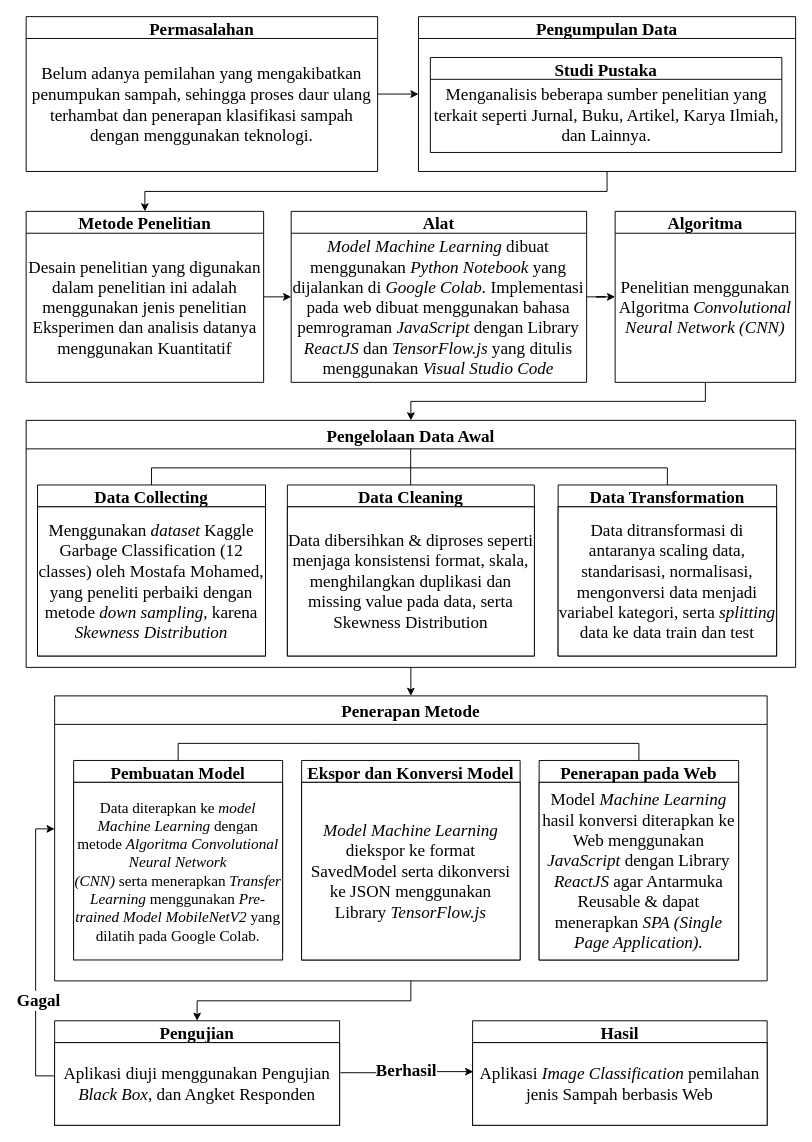
The draw.io diagram Copy of Copy of Copy of Copy of Copy of Copy of mindmap.drawio in virgiawankusuma/drawio-archive-skripsi, before the edit. Source tidied: cells renumbered, new cells numbered last; positions are measured from the earlier drawing's top-left corner, leaving out a move shared by most shapes. Both pictures are drawn from the tidied source at 95%, with x=0, y=0 at pixel (26, 16).
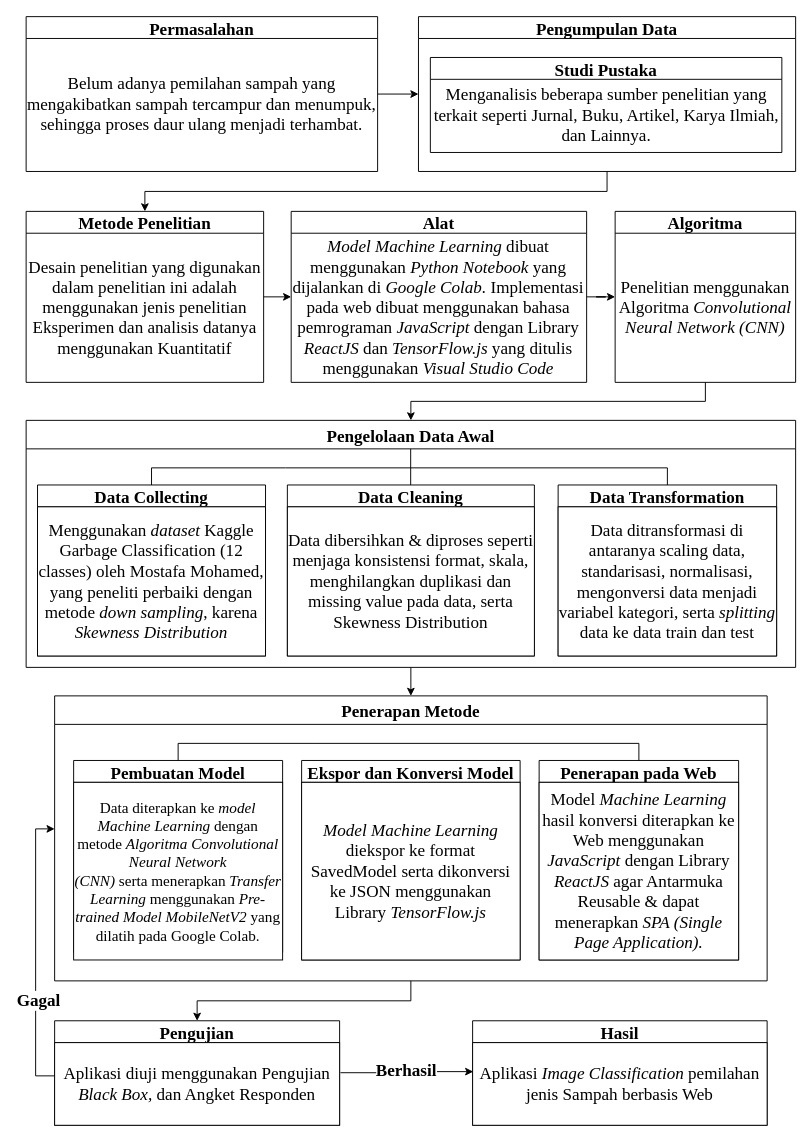
The same page after the edit.

The change refers to these unchanged cells:
```xml
<mxCell id="29" value="Permasalahan" style="swimlane;fontFamily=Times New Roman;fontSize=18;" parent="1" vertex="1">
  <mxGeometry width="370" height="163" as="geometry" />
</mxCell>
```

Diff of the diagram source:
```diff
@@
-    <mxCell id="30" value="&lt;font style=&quot;font-size: 18px;&quot;&gt;Belum adanya pemilahan yang mengakibatkan penumpukan sampah, sehingga proses daur ulang terhambat dan penerapan&amp;nbsp;&lt;span style=&quot;font-family: &amp;quot;Times New Roman&amp;quot;, serif;&quot;&gt;klasifikasi sampah dengan menggunakan teknologi.&lt;/span&gt;&lt;/font&gt;" style="text;whiteSpace=wrap;html=1;fontSize=18;fontFamily=Times New Roman;align=center;verticalAlign=middle;" parent="29" vertex="1">
+    <mxCell id="30" value="&lt;font style=&quot;font-size: 18px;&quot;&gt;Belum adanya pemilahan sampah yang mengakibatkan sampah tercampur dan menumpuk, sehingga proses daur ulang menjadi terhambat&lt;span style=&quot;font-family: &amp;quot;Times New Roman&amp;quot;, serif;&quot;&gt;.&lt;/span&gt;&lt;/font&gt;" style="text;whiteSpace=wrap;html=1;fontSize=18;fontFamily=Times New Roman;align=center;verticalAlign=middle;" parent="29" vertex="1">
       <mxGeometry y="23" width="370" height="140" as="geometry" />
     </mxCell>
```
